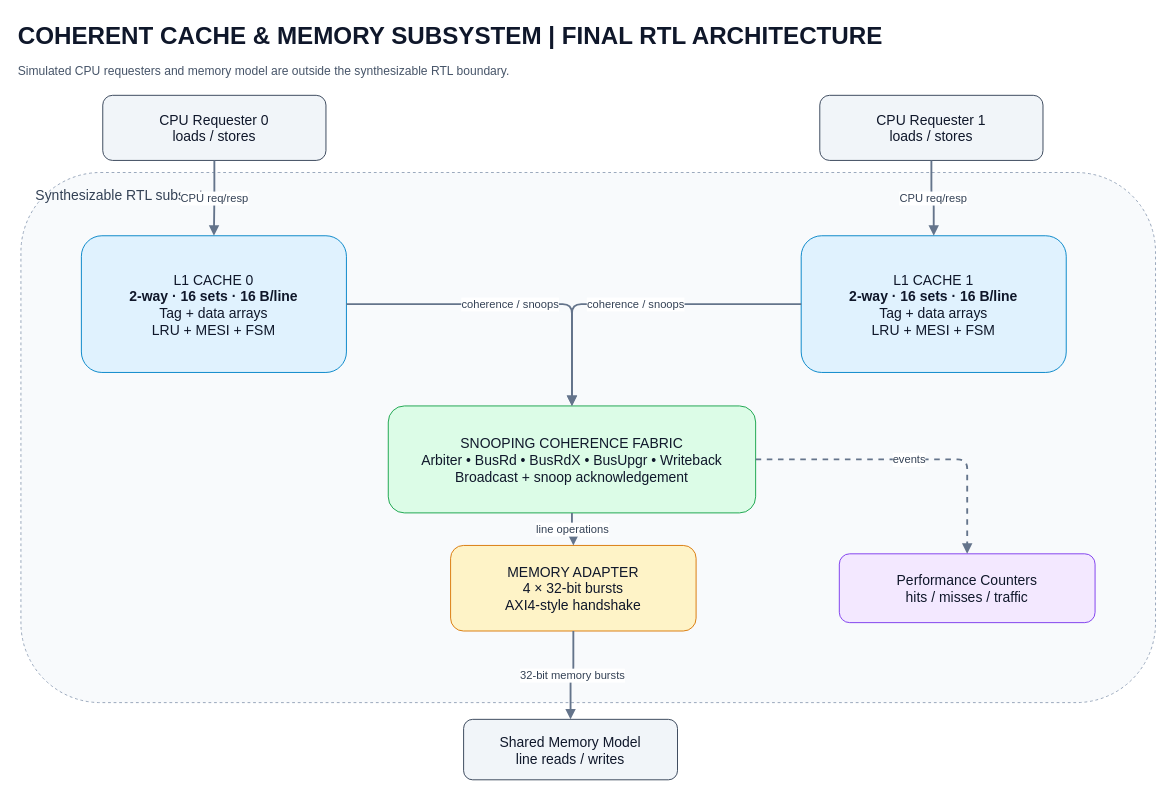
This is page "01 - System Architecture" (1 of 5) of diagrams/coherent_cache_system.drawio from ml13c/Coherent-Cache---Memory-Subsytem, a draw.io file, before an edit. Source tidied: cells renumbered, new cells numbered last; positions are measured from the earlier drawing's top-left corner, leaving out a move shared by most shapes. Both pictures are drawn from the tidied source at 93%, with x=0, y=0 at pixel (16, 16).
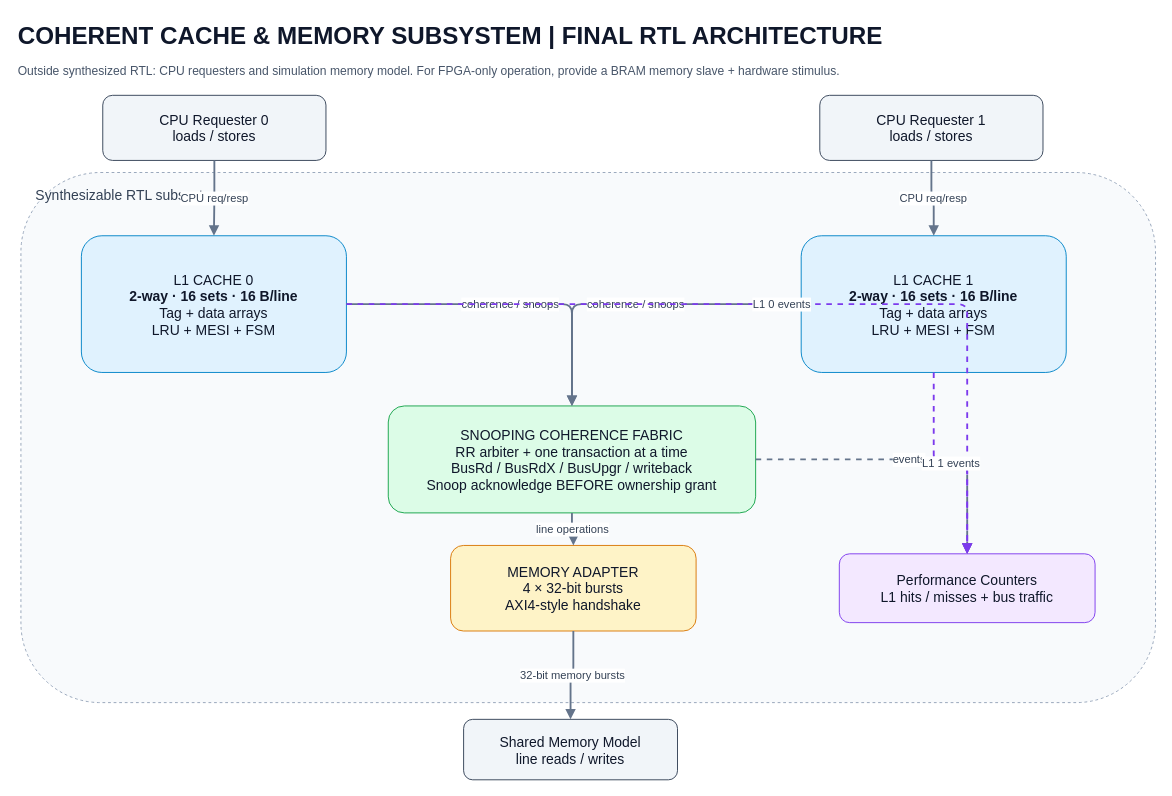
Above is the later version.

The change refers to these unchanged cells:
```xml
<mxCell id="5" value="L1 CACHE 0&lt;br&gt;&lt;b&gt;2-way · 16 sets · 16 B/line&lt;/b&gt;&lt;br&gt;Tag + data arrays&lt;br&gt;LRU + MESI + FSM" style="rounded=1;whiteSpace=wrap;html=1;fillColor=#e0f2fe;strokeColor=#0284c7;fontColor=#0f172a;fontSize=15;fontStyle=0;align=center;verticalAlign=middle;spacing=8;" parent="1" vertex="1">
  <mxGeometry x="70" y="236" width="285" height="147" as="geometry" />
</mxCell>
<mxCell id="6" value="L1 CACHE 1&lt;br&gt;&lt;b&gt;2-way · 16 sets · 16 B/line&lt;/b&gt;&lt;br&gt;Tag + data arrays&lt;br&gt;LRU + MESI + FSM" style="rounded=1;whiteSpace=wrap;html=1;fillColor=#e0f2fe;strokeColor=#0284c7;fontColor=#0f172a;fontSize=15;fontStyle=0;align=center;verticalAlign=middle;spacing=8;" parent="1" vertex="1">
  <mxGeometry x="844" y="236" width="285" height="147" as="geometry" />
</mxCell>
```

Diff of the diagram source:
```diff
@@
-    <mxCell id="3" value="Simulated CPU requesters and memory model are outside the synthesizable RTL boundary." style="text;html=1;align=left;verticalAlign=middle;whiteSpace=wrap;rounded=0;fillColor=none;strokeColor=none;fontColor=#475569;fontSize=13;" parent="1" vertex="1">
+    <mxCell id="3" value="Outside synthesized RTL: CPU requesters and simulation memory model. For FPGA-only operation, provide a BRAM memory slave + hardware stimulus." style="text;html=1;align=left;verticalAlign=middle;whiteSpace=wrap;rounded=0;fillColor=none;strokeColor=none;fontColor=#475569;fontSize=13;" parent="1" vertex="1">
       <mxGeometry y="47" width="1170" height="24" as="geometry" />
     </mxCell>
@@
-    <mxCell id="9" value="SNOOPING COHERENCE FABRIC&lt;br&gt;Arbiter • BusRd • BusRdX • BusUpgr • Writeback&lt;br&gt;Broadcast + snoop acknowledgement" style="rounded=1;whiteSpace=wrap;html=1;fillColor=#dcfce7;strokeColor=#16a34a;fontColor=#0f172a;fontSize=15;fontStyle=0;align=center;verticalAlign=middle;spacing=8;" parent="1" vertex="1">
+    <mxCell id="9" value="SNOOPING COHERENCE FABRIC&lt;br&gt;RR arbiter + one transaction at a time&lt;br&gt;BusRd / BusRdX / BusUpgr / writeback&lt;br&gt;Snoop acknowledge BEFORE ownership grant" style="rounded=1;whiteSpace=wrap;html=1;fillColor=#dcfce7;strokeColor=#16a34a;fontColor=#0f172a;fontSize=15;fontStyle=0;align=center;verticalAlign=middle;spacing=8;" parent="1" vertex="1">
       <mxGeometry x="400" y="419" width="395" height="115" as="geometry" />
     </mxCell>
@@
-    <mxCell id="12" value="Performance Counters&lt;br&gt;hits / misses / traffic" style="rounded=1;whiteSpace=wrap;html=1;fillColor=#f3e8ff;strokeColor=#7c3aed;fontColor=#0f172a;fontSize=15;fontStyle=0;align=center;verticalAlign=middle;spacing=8;" parent="1" vertex="1">
+    <mxCell id="12" value="Performance Counters&lt;br&gt;L1 hits / misses + bus traffic" style="rounded=1;whiteSpace=wrap;html=1;fillColor=#f3e8ff;strokeColor=#7c3aed;fontColor=#0f172a;fontSize=15;fontStyle=0;align=center;verticalAlign=middle;spacing=8;" parent="1" vertex="1">
       <mxGeometry x="885" y="578" width="275" height="74" as="geometry" />
     </mxCell>
@@
+    <mxCell id="20" value="L1 0 events" style="edgeStyle=orthogonalEdgeStyle;rounded=1;jettySize=auto;html=1;endArrow=block;endFill=1;strokeColor=#7c3aed;strokeWidth=2;fontSize=12;fontColor=#334155;labelBackgroundColor=#ffffff;dashed=1;" parent="1" edge="1" source="5" target="12">
+      <mxGeometry relative="1" as="geometry" />
+    </mxCell>
+    <mxCell id="21" value="L1 1 events" style="edgeStyle=orthogonalEdgeStyle;rounded=1;jettySize=auto;html=1;endArrow=block;endFill=1;strokeColor=#7c3aed;strokeWidth=2;fontSize=12;fontColor=#334155;labelBackgroundColor=#ffffff;dashed=1;" parent="1" edge="1" source="6" target="12">
+      <mxGeometry relative="1" as="geometry" />
+    </mxCell>
```
